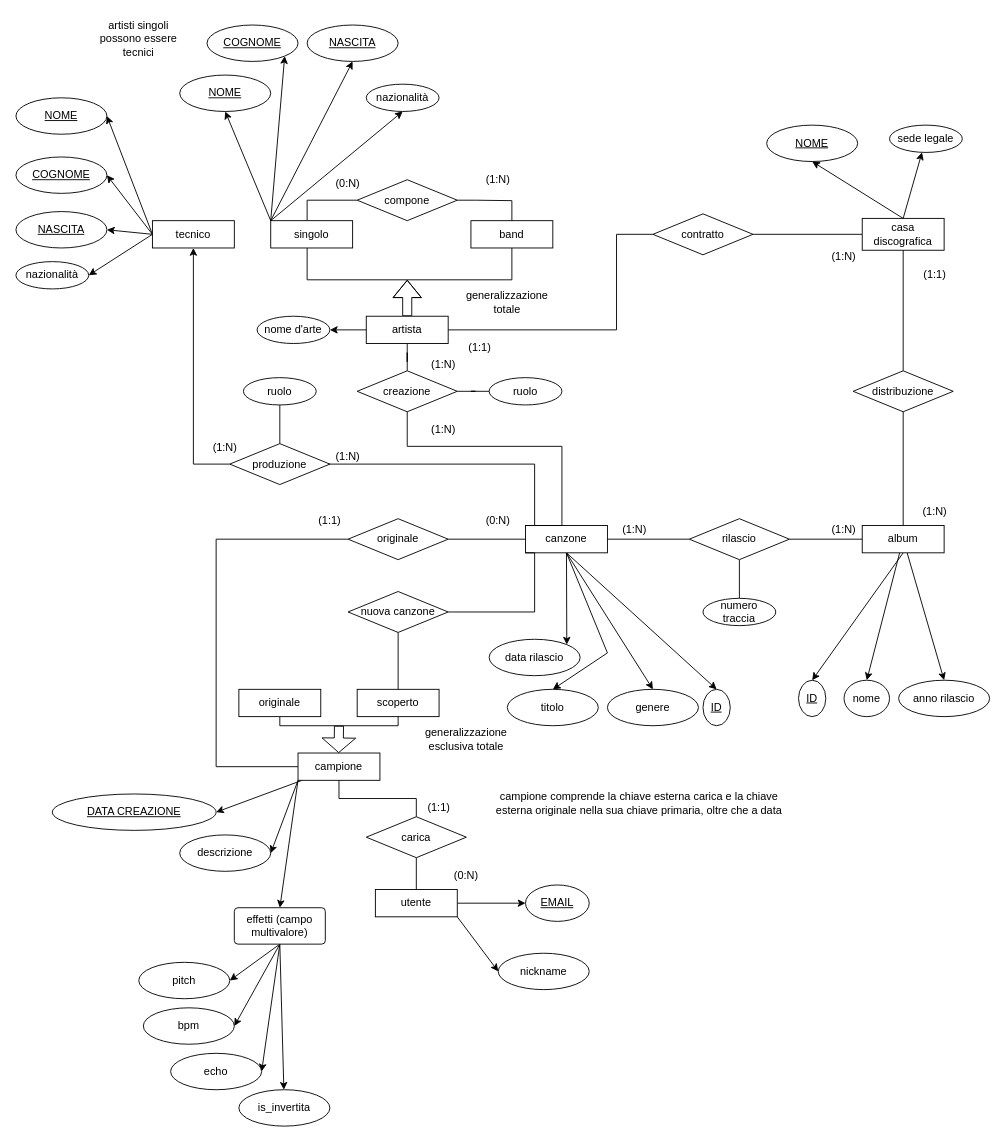
The draw.io diagram diagramma er.drawio in Stef4noo/materiale-progetto-basi, before the edit. Source tidied: cells renumbered, new cells numbered last; positions are measured from the earlier drawing's top-left corner, leaving out a move shared by most shapes. Both pictures are drawn from the tidied source at 91%, with x=0, y=0 at pixel (15, 15).
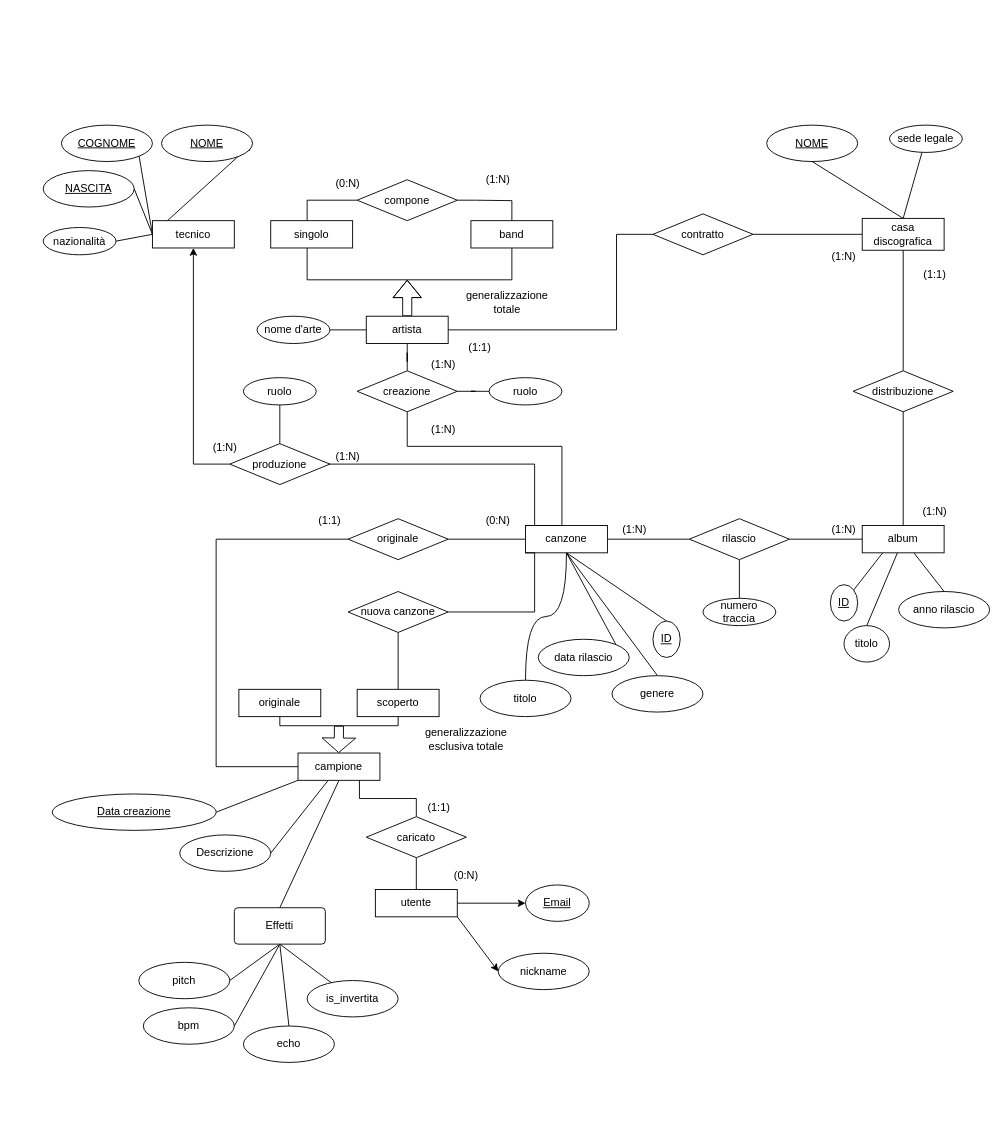
Above is the later version.

Commit message:
riordinato schema er

The change refers to these unchanged cells:
```xml
<mxCell id="6" value="canzone" style="whiteSpace=wrap;html=1;align=center;labelBackgroundColor=none;" parent="1" vertex="1">
  <mxGeometry x="560" y="560" width="90" height="30" as="geometry" />
</mxCell>
<mxCell id="10" value="&lt;div&gt;album&lt;/div&gt;" style="whiteSpace=wrap;html=1;align=center;labelBackgroundColor=none;" parent="1" vertex="1">
  <mxGeometry x="930" y="560" width="90" height="30" as="geometry" />
</mxCell>
<mxCell id="15" value="campione" style="whiteSpace=wrap;html=1;align=center;labelBackgroundColor=none;" parent="1" vertex="1">
  <mxGeometry x="310" y="810" width="90" height="30" as="geometry" />
</mxCell>
<mxCell id="45" value="singolo" style="whiteSpace=wrap;html=1;align=center;labelBackgroundColor=none;" parent="1" vertex="1">
  <mxGeometry x="280" y="225" width="90" height="30" as="geometry" />
</mxCell>
<mxCell id="48" value="artista" style="whiteSpace=wrap;html=1;align=center;labelBackgroundColor=none;" parent="1" vertex="1">
  <mxGeometry x="385" y="330" width="90" height="30" as="geometry" />
</mxCell>
<mxCell id="52" value="tecnico" style="whiteSpace=wrap;html=1;align=center;labelBackgroundColor=none;" parent="1" vertex="1">
  <mxGeometry x="150" y="225" width="90" height="30" as="geometry" />
</mxCell>
<mxCell id="67" value="casa discografica" style="whiteSpace=wrap;html=1;align=center;labelBackgroundColor=none;" parent="1" vertex="1">
  <mxGeometry x="930" y="222.5" width="90" height="35" as="geometry" />
</mxCell>
<mxCell id="80" value="bpm" style="ellipse;whiteSpace=wrap;html=1;align=center;" parent="1" vertex="1">
  <mxGeometry x="140" y="1090" width="100" height="40" as="geometry" />
</mxCell>
<mxCell id="81" value="pitch" style="ellipse;whiteSpace=wrap;html=1;align=center;" parent="1" vertex="1">
  <mxGeometry x="135" y="1040" width="100" height="40" as="geometry" />
</mxCell>
<mxCell id="90" value="nome d'arte" style="ellipse;whiteSpace=wrap;html=1;align=center;labelBackgroundColor=none;" parent="1" vertex="1">
  <mxGeometry x="265" y="330" width="80" height="30" as="geometry" />
</mxCell>
<mxCell id="104" value="NOME" style="ellipse;whiteSpace=wrap;html=1;align=center;fontStyle=4;" parent="1" vertex="1">
  <mxGeometry x="825" y="120" width="100" height="40" as="geometry" />
</mxCell>
<mxCell id="105" value="sede legale" style="ellipse;whiteSpace=wrap;html=1;align=center;labelBackgroundColor=none;" parent="1" vertex="1">
  <mxGeometry x="960" y="120" width="80" height="30" as="geometry" />
</mxCell>
```

What changed in the source:
```diff
@@
-    <mxCell id="2" style="rounded=0;jettySize=auto;html=1;exitX=0.5;exitY=1;exitDx=0;exitDy=0;entryX=1;entryY=0;entryDx=0;entryDy=0;" parent="1" edge="1" source="6" target="83">
+    <mxCell id="2" style="rounded=0;jettySize=auto;html=1;exitX=0.5;exitY=1;exitDx=0;exitDy=0;entryX=1;entryY=0;entryDx=0;entryDy=0;endArrow=none;endFill=0;" parent="1" edge="1" source="6" target="83">
       <mxGeometry relative="1" as="geometry" />
     </mxCell>
-    <mxCell id="3" style="rounded=0;jettySize=auto;html=1;exitX=0.5;exitY=1;exitDx=0;exitDy=0;entryX=0.5;entryY=0;entryDx=0;entryDy=0;" parent="1" edge="1" source="6" target="84">
-      <mxGeometry relative="1" as="geometry">
-        <Array as="points">
-          <mxPoint x="650" y="700" />
-        </Array>
-      </mxGeometry>
+    <mxCell id="3" style="rounded=0;jettySize=auto;html=1;exitX=0.5;exitY=1;exitDx=0;exitDy=0;entryX=0.5;entryY=0;entryDx=0;entryDy=0;edgeStyle=orthogonalEdgeStyle;curved=1;endArrow=none;endFill=0;" parent="1" edge="1" source="6" target="84">
+      <mxGeometry relative="1" as="geometry" />
     </mxCell>
-    <mxCell id="4" style="rounded=0;jettySize=auto;html=1;exitX=0.5;exitY=1;exitDx=0;exitDy=0;entryX=0.5;entryY=0;entryDx=0;entryDy=0;" parent="1" edge="1" source="6" target="85">
+    <mxCell id="4" style="rounded=0;jettySize=auto;html=1;exitX=0.5;exitY=1;exitDx=0;exitDy=0;entryX=0.5;entryY=0;entryDx=0;entryDy=0;endArrow=none;endFill=0;" parent="1" edge="1" source="6" target="85">
       <mxGeometry relative="1" as="geometry" />
     </mxCell>
-    <mxCell id="5" style="rounded=0;jettySize=auto;html=1;exitX=0.5;exitY=1;exitDx=0;exitDy=0;entryX=0.5;entryY=0;entryDx=0;entryDy=0;" parent="1" edge="1" source="6" target="86">
+    <mxCell id="5" style="rounded=0;jettySize=auto;html=1;exitX=0.5;exitY=1;exitDx=0;exitDy=0;entryX=0.5;entryY=0;entryDx=0;entryDy=0;endArrow=none;endFill=0;" parent="1" edge="1" source="6" target="86">
       <mxGeometry relative="1" as="geometry" />
     </mxCell>
@@
-    <mxCell id="7" style="rounded=0;jettySize=auto;html=1;entryX=0.5;entryY=0;entryDx=0;entryDy=0;" parent="1" edge="1" source="10" target="23">
+    <mxCell id="7" style="rounded=0;jettySize=auto;html=1;entryX=0.5;entryY=0;entryDx=0;entryDy=0;endArrow=none;endFill=0;" parent="1" edge="1" source="10" target="23">
       <mxGeometry relative="1" as="geometry" />
     </mxCell>
-    <mxCell id="8" style="rounded=0;jettySize=auto;html=1;entryX=0.5;entryY=0;entryDx=0;entryDy=0;" parent="1" edge="1" source="10" target="22">
+    <mxCell id="8" style="rounded=0;jettySize=auto;html=1;entryX=0.5;entryY=0;entryDx=0;entryDy=0;endArrow=none;endFill=0;" parent="1" edge="1" source="10" target="22">
       <mxGeometry relative="1" as="geometry" />
     </mxCell>
-    <mxCell id="9" style="rounded=0;jettySize=auto;html=1;exitX=0.5;exitY=1;exitDx=0;exitDy=0;entryX=0.5;entryY=0;entryDx=0;entryDy=0;" parent="1" edge="1" source="10" target="21">
+    <mxCell id="9" style="rounded=0;jettySize=auto;html=1;exitX=0.25;exitY=1;exitDx=0;exitDy=0;entryX=1;entryY=0;entryDx=0;entryDy=0;endArrow=none;endFill=0;" parent="1" edge="1" source="10" target="21">
       <mxGeometry relative="1" as="geometry" />
     </mxCell>
@@
-    <mxCell id="12" style="rounded=0;jettySize=auto;html=1;exitX=0;exitY=1;exitDx=0;exitDy=0;entryX=0.5;entryY=0;entryDx=0;entryDy=0;" parent="1" edge="1" source="15" target="77">
+    <mxCell id="12" style="rounded=0;jettySize=auto;html=1;exitX=0.5;exitY=1;exitDx=0;exitDy=0;entryX=0.5;entryY=0;entryDx=0;entryDy=0;endArrow=none;endFill=0;" parent="1" edge="1" source="15" target="77">
       <mxGeometry relative="1" as="geometry" />
     </mxCell>
-    <mxCell id="13" style="rounded=0;jettySize=auto;html=1;entryX=1;entryY=0.5;entryDx=0;entryDy=0;" parent="1" edge="1" source="15" target="123">
+    <mxCell id="13" style="rounded=0;jettySize=auto;html=1;entryX=1;entryY=0.5;entryDx=0;entryDy=0;exitX=0;exitY=1;exitDx=0;exitDy=0;endArrow=none;endFill=0;" parent="1" edge="1" source="15" target="123">
       <mxGeometry relative="1" as="geometry" />
     </mxCell>
-    <mxCell id="14" style="rounded=0;jettySize=auto;html=1;exitX=0;exitY=1;exitDx=0;exitDy=0;entryX=1;entryY=0.5;entryDx=0;entryDy=0;" parent="1" edge="1" source="15" target="78">
+    <mxCell id="14" style="rounded=0;jettySize=auto;html=1;entryX=1;entryY=0.5;entryDx=0;entryDy=0;endArrow=none;endFill=0;" parent="1" edge="1" source="15" target="78">
       <mxGeometry relative="1" as="geometry" />
     </mxCell>
@@
     <mxCell id="21" value="ID" style="ellipse;whiteSpace=wrap;html=1;align=center;fontStyle=4;" parent="1" vertex="1">
-      <mxGeometry x="860" y="730" width="30" height="40" as="geometry" />
+      <mxGeometry x="895" y="625" width="30" height="40" as="geometry" />
     </mxCell>
-    <mxCell id="22" value="nome" style="ellipse;whiteSpace=wrap;html=1;align=center;" parent="1" vertex="1">
-      <mxGeometry x="910" y="730" width="50" height="40" as="geometry" />
+    <mxCell id="22" value="titolo" style="ellipse;whiteSpace=wrap;html=1;align=center;" parent="1" vertex="1">
+      <mxGeometry x="910" y="670" width="50" height="40" as="geometry" />
     </mxCell>
     <mxCell id="23" value="anno rilascio" style="ellipse;whiteSpace=wrap;html=1;align=center;" parent="1" vertex="1">
-      <mxGeometry x="970" y="730" width="100" height="40" as="geometry" />
+      <mxGeometry x="970" y="632.5" width="100" height="40" as="geometry" />
     </mxCell>
@@
-    <mxCell id="39" style="edgeStyle=orthogonalEdgeStyle;rounded=0;jettySize=auto;html=1;endArrow=none;endFill=0;" parent="1" edge="1" source="41" target="15">
+    <mxCell id="39" style="edgeStyle=orthogonalEdgeStyle;rounded=0;jettySize=auto;html=1;endArrow=none;endFill=0;entryX=0.75;entryY=1;entryDx=0;entryDy=0;" parent="1" edge="1" source="41" target="15">
       <mxGeometry relative="1" as="geometry" />
     </mxCell>
@@
-    <mxCell id="41" value="carica" style="shape=rhombus;perimeter=rhombusPerimeter;whiteSpace=wrap;html=1;align=center;labelBackgroundColor=none;" parent="1" vertex="1">
+    <mxCell id="41" value="&lt;div&gt;caricato&lt;/div&gt;" style="shape=rhombus;perimeter=rhombusPerimeter;whiteSpace=wrap;html=1;align=center;labelBackgroundColor=none;" parent="1" vertex="1">
       <mxGeometry x="385" y="880" width="110" height="45" as="geometry" />
     </mxCell>
@@
-    <mxCell id="49" style="rounded=0;jettySize=auto;html=1;exitX=0;exitY=0.5;exitDx=0;exitDy=0;entryX=1;entryY=0.5;entryDx=0;entryDy=0;" parent="1" edge="1" source="52" target="93">
+    <mxCell id="49" style="rounded=0;jettySize=auto;html=1;exitX=0;exitY=0.5;exitDx=0;exitDy=0;entryX=1;entryY=0.5;entryDx=0;entryDy=0;endArrow=none;endFill=0;" parent="1" edge="1" source="52" target="93">
       <mxGeometry relative="1" as="geometry" />
     </mxCell>
-    <mxCell id="50" style="rounded=0;jettySize=auto;html=1;exitX=0;exitY=0.5;exitDx=0;exitDy=0;entryX=1;entryY=0.5;entryDx=0;entryDy=0;" parent="1" edge="1" source="52" target="92">
+    <mxCell id="50" style="rounded=0;jettySize=auto;html=1;exitX=0;exitY=0.5;exitDx=0;exitDy=0;entryX=1;entryY=1;entryDx=0;entryDy=0;endArrow=none;endFill=0;" parent="1" edge="1" source="52" target="92">
       <mxGeometry relative="1" as="geometry" />
     </mxCell>
@@
-    <mxCell id="63" value="artisti singoli possono essere tecnici" style="text;html=1;whiteSpace=wrap;strokeColor=none;fillColor=none;align=center;verticalAlign=middle;rounded=0;" parent="1" vertex="1">
-      <mxGeometry x="80" width="110" height="50" as="geometry" />
-    </mxCell>
@@
-    <mxCell id="65" style="rounded=0;jettySize=auto;html=1;exitX=0.5;exitY=0;exitDx=0;exitDy=0;entryX=0.5;entryY=1;entryDx=0;entryDy=0;" parent="1" edge="1" source="67" target="104">
+    <mxCell id="65" style="rounded=0;jettySize=auto;html=1;exitX=0.5;exitY=0;exitDx=0;exitDy=0;entryX=0.5;entryY=1;entryDx=0;entryDy=0;endArrow=none;endFill=0;" parent="1" edge="1" source="67" target="104">
       <mxGeometry relative="1" as="geometry" />
     </mxCell>
-    <mxCell id="66" style="rounded=0;jettySize=auto;html=1;exitX=0.5;exitY=0;exitDx=0;exitDy=0;" parent="1" edge="1" source="67" target="105">
+    <mxCell id="66" style="rounded=1;jettySize=auto;html=1;exitX=0.5;exitY=0;exitDx=0;exitDy=0;curved=0;endArrow=none;endFill=0;" parent="1" edge="1" source="67" target="105">
       <mxGeometry relative="1" as="geometry" />
     </mxCell>
@@
-    <mxCell id="73" style="rounded=0;jettySize=auto;html=1;exitX=0.5;exitY=1;exitDx=0;exitDy=0;entryX=1;entryY=0.5;entryDx=0;entryDy=0;" parent="1" edge="1" source="77" target="81">
+    <mxCell id="73" style="rounded=0;jettySize=auto;html=1;exitX=0.5;exitY=1;exitDx=0;exitDy=0;entryX=1;entryY=0.5;entryDx=0;entryDy=0;endArrow=none;endFill=0;" parent="1" edge="1" source="77" target="81">
       <mxGeometry relative="1" as="geometry" />
     </mxCell>
-    <mxCell id="74" style="rounded=0;jettySize=auto;html=1;exitX=0.5;exitY=1;exitDx=0;exitDy=0;entryX=1;entryY=0.5;entryDx=0;entryDy=0;" parent="1" edge="1" source="77" target="80">
+    <mxCell id="74" style="rounded=0;jettySize=auto;html=1;exitX=0.5;exitY=1;exitDx=0;exitDy=0;entryX=1;entryY=0.5;entryDx=0;entryDy=0;endArrow=none;endFill=0;" parent="1" edge="1" source="77" target="80">
       <mxGeometry relative="1" as="geometry" />
     </mxCell>
-    <mxCell id="75" style="rounded=0;jettySize=auto;html=1;exitX=0.5;exitY=1;exitDx=0;exitDy=0;entryX=1;entryY=0.5;entryDx=0;entryDy=0;" parent="1" edge="1" source="77" target="79">
+    <mxCell id="75" style="rounded=0;jettySize=auto;html=1;exitX=0.5;exitY=1;exitDx=0;exitDy=0;entryX=0.5;entryY=0;entryDx=0;entryDy=0;endArrow=none;endFill=0;" parent="1" edge="1" source="77" target="79">
       <mxGeometry relative="1" as="geometry" />
     </mxCell>
-    <mxCell id="76" style="rounded=0;jettySize=auto;html=1;exitX=0.5;exitY=1;exitDx=0;exitDy=0;" parent="1" edge="1" source="77" target="82">
+    <mxCell id="76" style="rounded=0;jettySize=auto;html=1;exitX=0.5;exitY=1;exitDx=0;exitDy=0;endArrow=none;endFill=0;" parent="1" edge="1" source="77" target="82">
       <mxGeometry relative="1" as="geometry" />
     </mxCell>
-    <mxCell id="77" value="&lt;div&gt;effetti (campo multivalore)&lt;/div&gt;" style="rounded=1;arcSize=10;whiteSpace=wrap;html=1;align=center;" parent="1" vertex="1">
+    <mxCell id="77" value="&lt;div&gt;Effetti&lt;/div&gt;" style="rounded=1;arcSize=10;whiteSpace=wrap;html=1;align=center;" parent="1" vertex="1">
       <mxGeometry x="240" y="980" width="100" height="40" as="geometry" />
     </mxCell>
-    <mxCell id="78" value="descrizione" style="ellipse;whiteSpace=wrap;html=1;align=center;" parent="1" vertex="1">
+    <mxCell id="78" value="Descrizione" style="ellipse;whiteSpace=wrap;html=1;align=center;" parent="1" vertex="1">
       <mxGeometry x="180" y="900" width="100" height="40" as="geometry" />
     </mxCell>
     <mxCell id="79" value="echo" style="ellipse;whiteSpace=wrap;html=1;align=center;" parent="1" vertex="1">
-      <mxGeometry x="170" y="1140" width="100" height="40" as="geometry" />
+      <mxGeometry x="250" y="1110" width="100" height="40" as="geometry" />
     </mxCell>
@@
     <mxCell id="82" value="is_invertita" style="ellipse;whiteSpace=wrap;html=1;align=center;" parent="1" vertex="1">
-      <mxGeometry x="245" y="1180" width="100" height="40" as="geometry" />
+      <mxGeometry x="320" y="1060" width="100" height="40" as="geometry" />
     </mxCell>
     <mxCell id="83" value="data rilascio" style="ellipse;whiteSpace=wrap;html=1;align=center;" parent="1" vertex="1">
-      <mxGeometry x="520" y="685" width="100" height="40" as="geometry" />
+      <mxGeometry x="574" y="685" width="100" height="40" as="geometry" />
     </mxCell>
     <mxCell id="84" value="titolo" style="ellipse;whiteSpace=wrap;html=1;align=center;" parent="1" vertex="1">
-      <mxGeometry x="540" y="740" width="100" height="40" as="geometry" />
+      <mxGeometry x="510" y="730" width="100" height="40" as="geometry" />
     </mxCell>
     <mxCell id="85" value="genere" style="ellipse;whiteSpace=wrap;html=1;align=center;" parent="1" vertex="1">
-      <mxGeometry x="650" y="740" width="100" height="40" as="geometry" />
+      <mxGeometry x="655" y="725" width="100" height="40" as="geometry" />
     </mxCell>
     <mxCell id="86" value="ID" style="ellipse;whiteSpace=wrap;html=1;align=center;fontStyle=4;" parent="1" vertex="1">
-      <mxGeometry x="755" y="740" width="30" height="40" as="geometry" />
+      <mxGeometry x="700" y="665" width="30" height="40" as="geometry" />
     </mxCell>
-    <mxCell id="87" value="EMAIL" style="ellipse;whiteSpace=wrap;html=1;align=center;fontStyle=4;" parent="1" vertex="1">
+    <mxCell id="87" value="Email" style="ellipse;whiteSpace=wrap;html=1;align=center;fontStyle=4;" parent="1" vertex="1">
       <mxGeometry x="560" y="955" width="70" height="40" as="geometry" />
     </mxCell>
@@
-    <mxCell id="89" style="edgeStyle=orthogonalEdgeStyle;rounded=0;jettySize=auto;html=1;exitX=1;exitY=0.5;exitDx=0;exitDy=0;entryX=0;entryY=0.5;entryDx=0;entryDy=0;startArrow=classic;startFill=1;endArrow=none;endFill=0;" parent="1" edge="1" source="90" target="48">
+    <mxCell id="89" style="edgeStyle=orthogonalEdgeStyle;rounded=0;jettySize=auto;html=1;exitX=1;exitY=0.5;exitDx=0;exitDy=0;entryX=0;entryY=0.5;entryDx=0;entryDy=0;startArrow=none;startFill=0;endArrow=none;endFill=0;" parent="1" edge="1" source="90" target="48">
       <mxGeometry relative="1" as="geometry" />
     </mxCell>
@@
     <mxCell id="91" value="NOME" style="ellipse;whiteSpace=wrap;html=1;align=center;fontStyle=4;" parent="1" vertex="1">
-      <mxGeometry y="90" width="100" height="40" as="geometry" />
+      <mxGeometry x="160" y="120" width="100" height="40" as="geometry" />
     </mxCell>
     <mxCell id="92" value="COGNOME" style="ellipse;whiteSpace=wrap;html=1;align=center;fontStyle=4;" parent="1" vertex="1">
-      <mxGeometry y="155" width="100" height="40" as="geometry" />
+      <mxGeometry x="50" y="120" width="100" height="40" as="geometry" />
     </mxCell>
     <mxCell id="93" value="NASCITA" style="ellipse;whiteSpace=wrap;html=1;align=center;fontStyle=4;" parent="1" vertex="1">
-      <mxGeometry y="215" width="100" height="40" as="geometry" />
+      <mxGeometry x="30" y="170" width="100" height="40" as="geometry" />
     </mxCell>
     <mxCell id="94" value="nazionalità" style="ellipse;whiteSpace=wrap;html=1;align=center;labelBackgroundColor=none;" parent="1" vertex="1">
-      <mxGeometry y="270" width="80" height="30" as="geometry" />
+      <mxGeometry x="30" y="232.5" width="80" height="30" as="geometry" />
     </mxCell>
-    <mxCell id="95" style="rounded=0;jettySize=auto;html=1;exitX=0;exitY=0.5;exitDx=0;exitDy=0;entryX=1;entryY=0.5;entryDx=0;entryDy=0;" parent="1" edge="1" source="52" target="94">
+    <mxCell id="95" style="rounded=0;jettySize=auto;html=1;exitX=0;exitY=0.5;exitDx=0;exitDy=0;entryX=1;entryY=0.5;entryDx=0;entryDy=0;endArrow=none;endFill=0;" parent="1" edge="1" source="52" target="94">
       <mxGeometry relative="1" as="geometry" />
     </mxCell>
-    <mxCell id="96" value="NOME" style="ellipse;whiteSpace=wrap;html=1;align=center;fontStyle=4;" parent="1" vertex="1">
-      <mxGeometry x="180" y="65" width="100" height="40" as="geometry" />
-    </mxCell>
-    <mxCell id="97" value="COGNOME" style="ellipse;whiteSpace=wrap;html=1;align=center;fontStyle=4;" parent="1" vertex="1">
-      <mxGeometry x="210" y="10" width="100" height="40" as="geometry" />
-    </mxCell>
-    <mxCell id="98" value="NASCITA" style="ellipse;whiteSpace=wrap;html=1;align=center;fontStyle=4;" parent="1" vertex="1">
-      <mxGeometry x="320" y="10" width="100" height="40" as="geometry" />
-    </mxCell>
-    <mxCell id="99" value="nazionalità" style="ellipse;whiteSpace=wrap;html=1;align=center;labelBackgroundColor=none;" parent="1" vertex="1">
-      <mxGeometry x="385" y="75" width="80" height="30" as="geometry" />
-    </mxCell>
-    <mxCell id="100" style="rounded=0;jettySize=auto;html=1;exitX=0;exitY=0;exitDx=0;exitDy=0;entryX=1;entryY=1;entryDx=0;entryDy=0;" parent="1" edge="1" source="45" target="97">
-      <mxGeometry relative="1" as="geometry" />
-    </mxCell>
-    <mxCell id="101" style="rounded=0;jettySize=auto;html=1;exitX=0;exitY=0;exitDx=0;exitDy=0;entryX=0.5;entryY=1;entryDx=0;entryDy=0;" parent="1" edge="1" source="45" target="98">
-      <mxGeometry relative="1" as="geometry" />
-    </mxCell>
-    <mxCell id="102" style="rounded=0;jettySize=auto;html=1;exitX=0;exitY=0;exitDx=0;exitDy=0;entryX=0.5;entryY=1;entryDx=0;entryDy=0;" parent="1" edge="1" source="45" target="99">
-      <mxGeometry relative="1" as="geometry" />
-    </mxCell>
-    <mxCell id="103" style="rounded=0;jettySize=auto;html=1;exitX=0;exitY=0;exitDx=0;exitDy=0;entryX=0.5;entryY=1;entryDx=0;entryDy=0;" parent="1" edge="1" source="45" target="96">
-      <mxGeometry relative="1" as="geometry" />
-    </mxCell>
@@
-    <mxCell id="122" value="campione comprende la chiave esterna carica e la chiave esterna originale nella sua chiave primaria, oltre che a data" style="text;html=1;whiteSpace=wrap;strokeColor=none;fillColor=none;align=center;verticalAlign=middle;rounded=0;" parent="1" vertex="1">
-      <mxGeometry x="525" y="850" width="320" height="30" as="geometry" />
-    </mxCell>
-    <mxCell id="123" value="DATA CREAZIONE" style="ellipse;whiteSpace=wrap;html=1;align=center;fontStyle=4;" parent="1" vertex="1">
+    <mxCell id="123" value="Data creazione" style="ellipse;whiteSpace=wrap;html=1;align=center;fontStyle=4;" parent="1" vertex="1">
       <mxGeometry x="40" y="855" width="180" height="40" as="geometry" />
     </mxCell>
```
